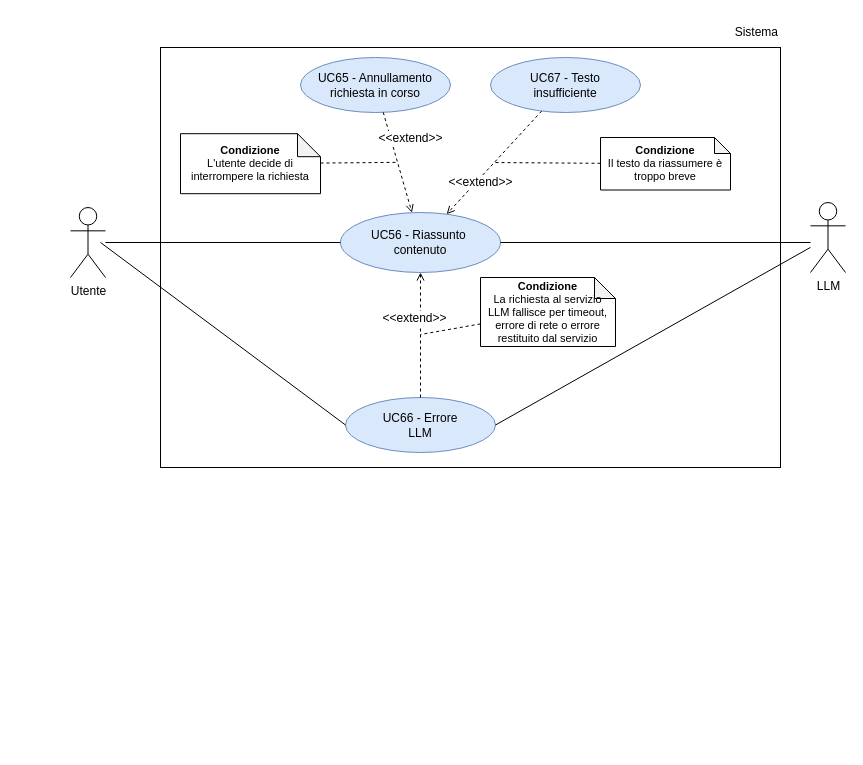
Earlier version of the draw.io diagram RTB/doc_esterna/analisi-dei-requisiti/assets/draw.io/UC56.drawio (thebitless-group-swe/thebitless.github.io). Source tidied: cells renumbered, new cells numbered last; positions are measured from the earlier drawing's top-left corner, leaving out a move shared by most shapes. Both pictures are drawn from the tidied source at 100%, with x=0, y=0 at pixel (70, 17).
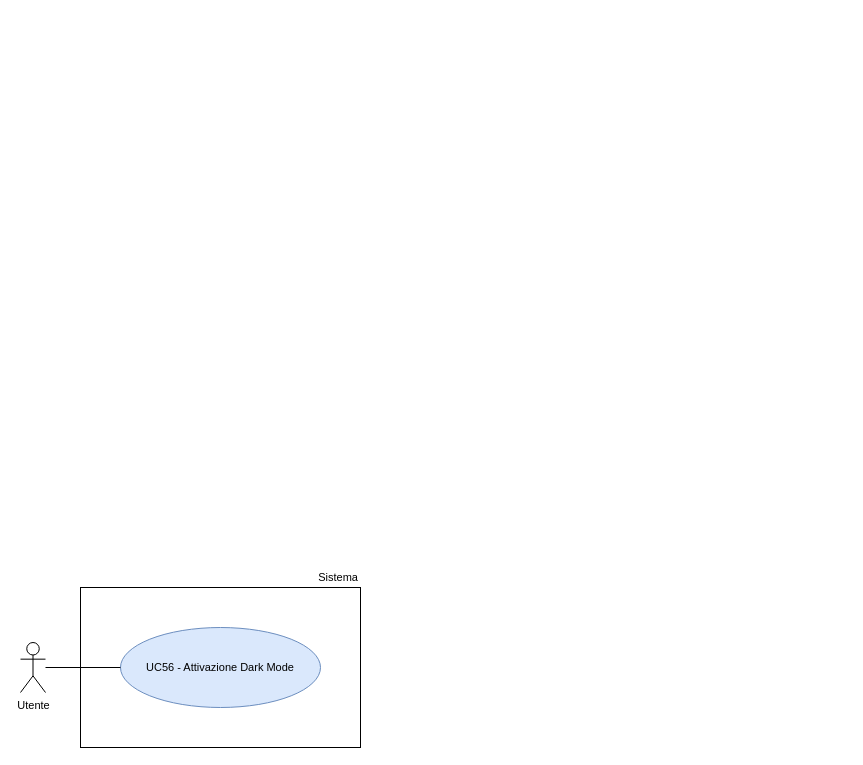
The same diagram, later.

Diff of the diagram source:
```diff
@@
-    <mxCell id="2" value="&lt;font&gt;Utente&lt;/font&gt;" style="shape=umlActor;verticalLabelPosition=bottom;verticalAlign=top;html=1;outlineConnect=0;fontSize=12;" parent="1" vertex="1">
-      <mxGeometry y="190" width="35" height="70" as="geometry" />
+    <mxCell id="2" value="Utente" style="shape=umlActor;verticalLabelPosition=bottom;verticalAlign=top;html=1;outlineConnect=0;fontSize=11;" parent="1" vertex="1">
+      <mxGeometry x="-50" y="625" width="25" height="50" as="geometry" />
     </mxCell>
-    <mxCell id="3" style="rounded=0;whiteSpace=wrap;html=1;strokeWidth=1;fontSize=12;" parent="1" vertex="1">
-      <mxGeometry x="90" y="30" width="620" height="420" as="geometry" />
-    </mxCell>
+    <mxCell id="26" style="rounded=0;whiteSpace=wrap;html=1;strokeWidth=1;" parent="1" vertex="1">
+      <mxGeometry x="10" y="570" width="280" height="160" as="geometry" />
+    </mxCell>
-    <mxCell id="4" value="&lt;font&gt;Sistema&lt;/font&gt;" style="text;html=1;whiteSpace=wrap;strokeColor=none;fillColor=none;align=right;verticalAlign=middle;fontSize=12;" parent="1" vertex="1">
-      <mxGeometry x="640" width="70" height="30" as="geometry" />
+    <mxCell id="4" value="Sistema" style="text;html=1;whiteSpace=wrap;strokeColor=none;fillColor=none;align=right;verticalAlign=middle;fontSize=11;" parent="1" vertex="1">
+      <mxGeometry x="220" y="550" width="70" height="20" as="geometry" />
     </mxCell>
-    <mxCell id="5" value="&lt;font&gt;UC56 - Riassunto&amp;nbsp;&lt;/font&gt;&lt;div&gt;&lt;font&gt;contenuto&lt;/font&gt;&lt;/div&gt;" style="ellipse;whiteSpace=wrap;html=1;fillColor=#dae8fc;strokeColor=#6c8ebf;fontSize=12;" parent="1" vertex="1">
-      <mxGeometry x="270" y="195" width="160" height="60" as="geometry" />
-    </mxCell>
-    <mxCell id="6" value="&lt;font&gt;UC65 - Annullamento&lt;br&gt;richiesta in corso&lt;/font&gt;" style="ellipse;whiteSpace=wrap;html=1;fillColor=#dae8fc;strokeColor=#6c8ebf;fontSize=12;" parent="1" vertex="1">
-      <mxGeometry x="230" y="40" width="150" height="55" as="geometry" />
-    </mxCell>
-    <mxCell id="7" value="&lt;font&gt;UC66 - Errore&lt;br&gt;LLM&lt;/font&gt;" style="ellipse;whiteSpace=wrap;html=1;fillColor=#dae8fc;strokeColor=#6c8ebf;fontSize=12;" parent="1" vertex="1">
-      <mxGeometry x="275" y="380" width="150" height="55" as="geometry" />
-    </mxCell>
-    <mxCell id="8" value="&lt;font&gt;UC67 - Testo&lt;br&gt;insufficiente&lt;/font&gt;" style="ellipse;whiteSpace=wrap;html=1;fillColor=#dae8fc;strokeColor=#6c8ebf;fontSize=12;" parent="1" vertex="1">
-      <mxGeometry x="420" y="40" width="150" height="55" as="geometry" />
-    </mxCell>
-    <mxCell id="9" style="edgeStyle=none;rounded=0;jettySize=auto;html=1;endArrow=none;endFill=0;fontSize=12;" parent="1" edge="1" source="2" target="5">
-      <mxGeometry relative="1" as="geometry" />
-    </mxCell>
-    <mxCell id="10" style="edgeStyle=none;rounded=0;jettySize=auto;html=1;endArrow=none;endFill=0;fontSize=12;" parent="1" edge="1" source="5">
-      <mxGeometry relative="1" as="geometry">
-        <mxPoint x="740" y="225" as="targetPoint" />
-      </mxGeometry>
-    </mxCell>
-    <mxCell id="11" style="dashed=1;endArrow=open;endFill=0;html=1;rounded=0;fontSize=12;" parent="1" edge="1" source="6" target="5">
-      <mxGeometry relative="1" as="geometry" />
-    </mxCell>
-    <mxCell id="12" value="&lt;font&gt;&amp;lt;&amp;lt;extend&amp;gt;&amp;gt;&lt;/font&gt;" style="edgeLabel;html=1;align=center;verticalAlign=middle;fontSize=12;" parent="11" vertex="1">
-      <mxGeometry x="-0.05" y="-1" relative="1" as="geometry">
-        <mxPoint x="14" y="-23" as="offset" />
-      </mxGeometry>
-    </mxCell>
-    <mxCell id="13" style="dashed=1;endArrow=open;endFill=0;html=1;rounded=0;fontSize=12;" parent="1" edge="1" source="7" target="5">
-      <mxGeometry relative="1" as="geometry" />
-    </mxCell>
-    <mxCell id="14" value="&lt;font&gt;&amp;lt;&amp;lt;&lt;/font&gt;&lt;font&gt;extend&lt;/font&gt;&lt;font&gt;&amp;gt;&amp;gt;&lt;/font&gt;" style="edgeLabel;html=1;align=center;verticalAlign=middle;fontSize=12;" parent="13" vertex="1">
-      <mxGeometry x="-0.05" y="-1" relative="1" as="geometry">
-        <mxPoint x="-8" y="-21" as="offset" />
-      </mxGeometry>
-    </mxCell>
-    <mxCell id="15" style="dashed=1;endArrow=open;endFill=0;html=1;rounded=0;fontSize=12;" parent="1" edge="1" source="8" target="5">
-      <mxGeometry relative="1" as="geometry" />
-    </mxCell>
-    <mxCell id="16" value="&lt;font&gt;&amp;lt;&amp;lt;extend&amp;gt;&amp;gt;&lt;/font&gt;" style="edgeLabel;html=1;align=center;verticalAlign=middle;fontSize=12;" parent="15" vertex="1">
-      <mxGeometry x="-0.05" y="1" relative="1" as="geometry">
-        <mxPoint x="-17" y="21" as="offset" />
-      </mxGeometry>
-    </mxCell>
-    <mxCell id="17" value="&lt;b&gt;Condizione&lt;/b&gt;&lt;br&gt;L'utente decide di interrompere la richiesta" style="shape=note;whiteSpace=wrap;html=1;backgroundOutline=1;darkOpacity=0.05;fontSize=11;align=center;verticalAlign=middle;spacing=6;size=23;" parent="1" vertex="1">
-      <mxGeometry x="110" y="116.2" width="140" height="60" as="geometry" />
-    </mxCell>
-    <mxCell id="18" value="&lt;b&gt;Condizione&lt;/b&gt;&lt;br&gt;&lt;div&gt;La richiesta al servizio LLM fallisce per timeout, errore di rete o errore restituito dal servizio&lt;/div&gt;" style="shape=note;whiteSpace=wrap;html=1;backgroundOutline=1;darkOpacity=0.05;fontSize=11;align=center;verticalAlign=middle;spacing=6;size=21;" parent="1" vertex="1">
-      <mxGeometry x="410" y="260" width="135" height="69" as="geometry" />
-    </mxCell>
-    <mxCell id="19" value="&lt;b&gt;Condizione&lt;/b&gt;&lt;br&gt;Il testo da riassumere è troppo breve" style="shape=note;whiteSpace=wrap;html=1;backgroundOutline=1;darkOpacity=0.05;fontSize=11;align=center;verticalAlign=middle;spacing=6;size=16;" parent="1" vertex="1">
-      <mxGeometry x="530" y="120" width="130" height="52.5" as="geometry" />
-    </mxCell>
-    <mxCell id="20" style="dashed=1;endArrow=none;html=1;rounded=0;strokeWidth=1;fontSize=12;" parent="1" edge="1" source="17" target="11">
-      <mxGeometry relative="1" as="geometry" />
-    </mxCell>
-    <mxCell id="21" style="dashed=1;endArrow=none;html=1;rounded=0;strokeWidth=1;fontSize=12;" parent="1" edge="1" source="18" target="13">
-      <mxGeometry relative="1" as="geometry" />
-    </mxCell>
-    <mxCell id="22" style="dashed=1;endArrow=none;html=1;rounded=0;strokeWidth=1;fontSize=12;" parent="1" edge="1" source="19" target="15">
-      <mxGeometry relative="1" as="geometry" />
-    </mxCell>
-    <mxCell id="23" value="&lt;font&gt;LLM&lt;/font&gt;" style="shape=umlActor;verticalLabelPosition=bottom;verticalAlign=top;html=1;outlineConnect=0;fontSize=12;" parent="1" vertex="1">
-      <mxGeometry x="740" y="185" width="35" height="70" as="geometry" />
-    </mxCell>
-    <mxCell id="24" style="edgeStyle=none;rounded=0;jettySize=auto;html=1;endArrow=none;endFill=0;entryX=0;entryY=0.5;entryDx=0;entryDy=0;fontSize=12;" parent="1" edge="1" target="7">
-      <mxGeometry relative="1" as="geometry">
-        <mxPoint x="30" y="225" as="sourcePoint" />
-      </mxGeometry>
-    </mxCell>
-    <mxCell id="25" style="edgeStyle=none;rounded=0;jettySize=auto;html=1;endArrow=none;endFill=0;exitX=1;exitY=0.5;exitDx=0;exitDy=0;fontSize=12;" parent="1" edge="1" source="7" target="23">
-      <mxGeometry relative="1" as="geometry" />
-    </mxCell>
+    <mxCell id="27" value="UC56 - Attivazione Dark Mode" style="ellipse;whiteSpace=wrap;html=1;fillColor=#dae8fc;strokeColor=#6c8ebf;fontSize=11;" parent="1" vertex="1">
+      <mxGeometry x="50" y="610" width="200" height="80" as="geometry" />
+    </mxCell>
+    <mxCell id="28" style="edgeStyle=none;rounded=0;jettySize=auto;html=1;endArrow=none;endFill=0;" parent="1" edge="1" source="2" target="27">
+      <mxGeometry relative="1" as="geometry" />
+    </mxCell>
```
